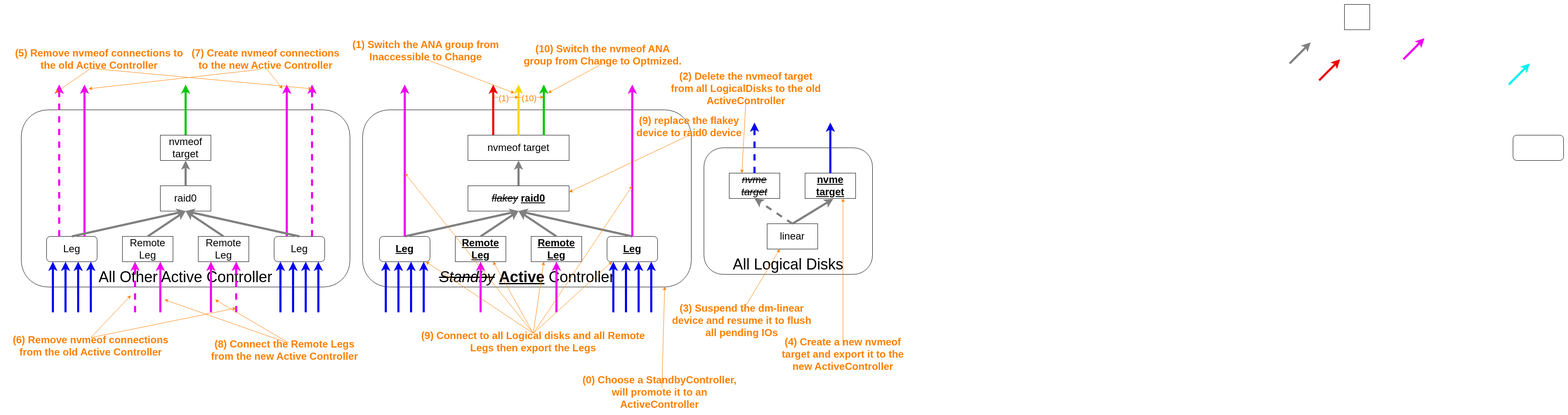
Earlier version of the draw.io export doc/img/140Failover.png (distributed-nvme/distributed-nvme). Source tidied: cells renumbered, new cells last; positions are measured from the earlier drawing's top-left corner, leaving out a move shared by most shapes.
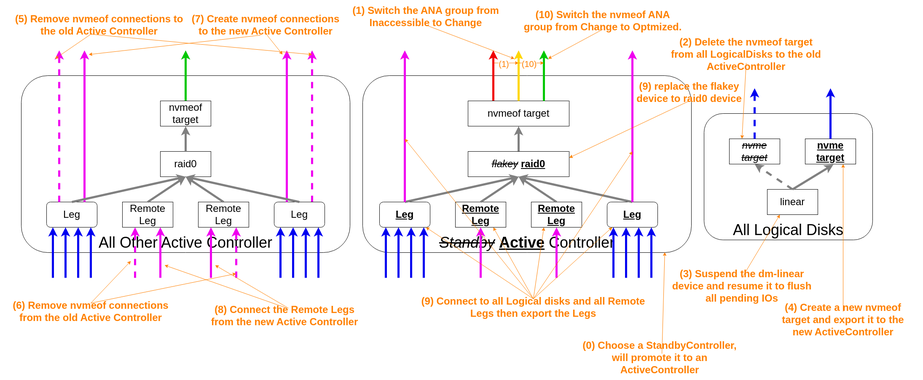
After the commit.

The edit, as a diff of the source:
```diff
@@ -2,30 +2,6 @@
   <root>
     <mxCell id="0" />
     <mxCell id="1" parent="0" />
-    <mxCell id="2" style="endArrow=classic;html=1;rounded=0;strokeWidth=5;strokeColor=#f00000;" parent="1" edge="1">
-      <mxGeometry relative="1" as="geometry">
-        <mxPoint x="3120" y="180" as="sourcePoint" />
-        <mxPoint x="3170" y="130" as="targetPoint" />
-      </mxGeometry>
-    </mxCell>
-    <mxCell id="3" style="endArrow=classic;html=1;rounded=0;strokeWidth=5;strokeColor=#808080;" parent="1" edge="1">
-      <mxGeometry relative="1" as="geometry">
-        <mxPoint x="3050" y="140" as="sourcePoint" />
-        <mxPoint x="3100" y="90" as="targetPoint" />
-      </mxGeometry>
-    </mxCell>
-    <mxCell id="4" style="endArrow=classic;html=1;rounded=0;strokeWidth=5;strokeColor=#f000f0;" parent="1" edge="1">
-      <mxGeometry relative="1" as="geometry">
-        <mxPoint x="3320" y="130" as="sourcePoint" />
-        <mxPoint x="3370" y="80" as="targetPoint" />
-      </mxGeometry>
-    </mxCell>
-    <mxCell id="5" style="endArrow=classic;html=1;rounded=0;strokeWidth=5;strokeColor=#00f0f0;" parent="1" edge="1">
-      <mxGeometry relative="1" as="geometry">
-        <mxPoint x="3570" y="190" as="sourcePoint" />
-        <mxPoint x="3620" y="140" as="targetPoint" />
-      </mxGeometry>
-    </mxCell>
     <mxCell id="6" value="&lt;font style=&quot;&quot;&gt;&lt;font size=&quot;1&quot; color=&quot;#ff8000&quot;&gt;&lt;b style=&quot;font-size: 24px;&quot;&gt;(0) Choose a StandbyController, will promote it to an ActiveController&lt;/b&gt;&lt;/font&gt;&lt;br&gt;&lt;/font&gt;" style="text;html=1;align=center;verticalAlign=middle;whiteSpace=wrap;rounded=0;" parent="1" vertex="1">
       <mxGeometry x="1360" y="900" width="390" height="40" as="geometry" />
     </mxCell>
@@ -38,9 +14,6 @@
     <mxCell id="8" value="&lt;font style=&quot;font-size: 20px;&quot; color=&quot;#ff8000&quot;&gt;(1)&lt;/font&gt;" style="edgeLabel;html=1;align=center;verticalAlign=middle;" parent="7" vertex="1">
       <mxGeometry x="-0.2" y="-1" relative="1" as="geometry" />
     </mxCell>
-    <mxCell id="9" style="rounded=1;whiteSpace=wrap;html=1;" parent="1" vertex="1">
-      <mxGeometry x="3580" y="310" width="120" height="60" as="geometry" />
-    </mxCell>
     <mxCell id="10" value="&lt;font style=&quot;font-size: 36px;&quot;&gt;&lt;i&gt;&lt;strike&gt;Standby&lt;/strike&gt;&lt;/i&gt;&amp;nbsp;&lt;b&gt;&lt;u&gt;Active&lt;/u&gt;&lt;/b&gt; Controller&lt;/font&gt;" style="rounded=1;whiteSpace=wrap;html=1;verticalAlign=bottom;" parent="1" vertex="1">
       <mxGeometry x="850" y="250" width="780" height="420" as="geometry" />
     </mxCell>
@@ -182,9 +155,6 @@
         <mxPoint x="1960" y="280" as="targetPoint" />
       </mxGeometry>
     </mxCell>
-    <mxCell id="43" style="rounded=0;whiteSpace=wrap;html=1;" parent="1" vertex="1">
-      <mxGeometry x="3180" width="60" height="60" as="geometry" />
-    </mxCell>
     <mxCell id="44" value="&lt;font style=&quot;&quot;&gt;&lt;font size=&quot;1&quot; color=&quot;#ff8000&quot;&gt;&lt;b style=&quot;font-size: 24px;&quot;&gt;(1) Switch the ANA group from Inaccessible to Change&lt;/b&gt;&lt;/font&gt;&lt;br&gt;&lt;/font&gt;" style="text;html=1;align=center;verticalAlign=middle;whiteSpace=wrap;rounded=0;" parent="1" vertex="1">
       <mxGeometry x="820" y="90" width="360" height="40" as="geometry" />
     </mxCell>
```
